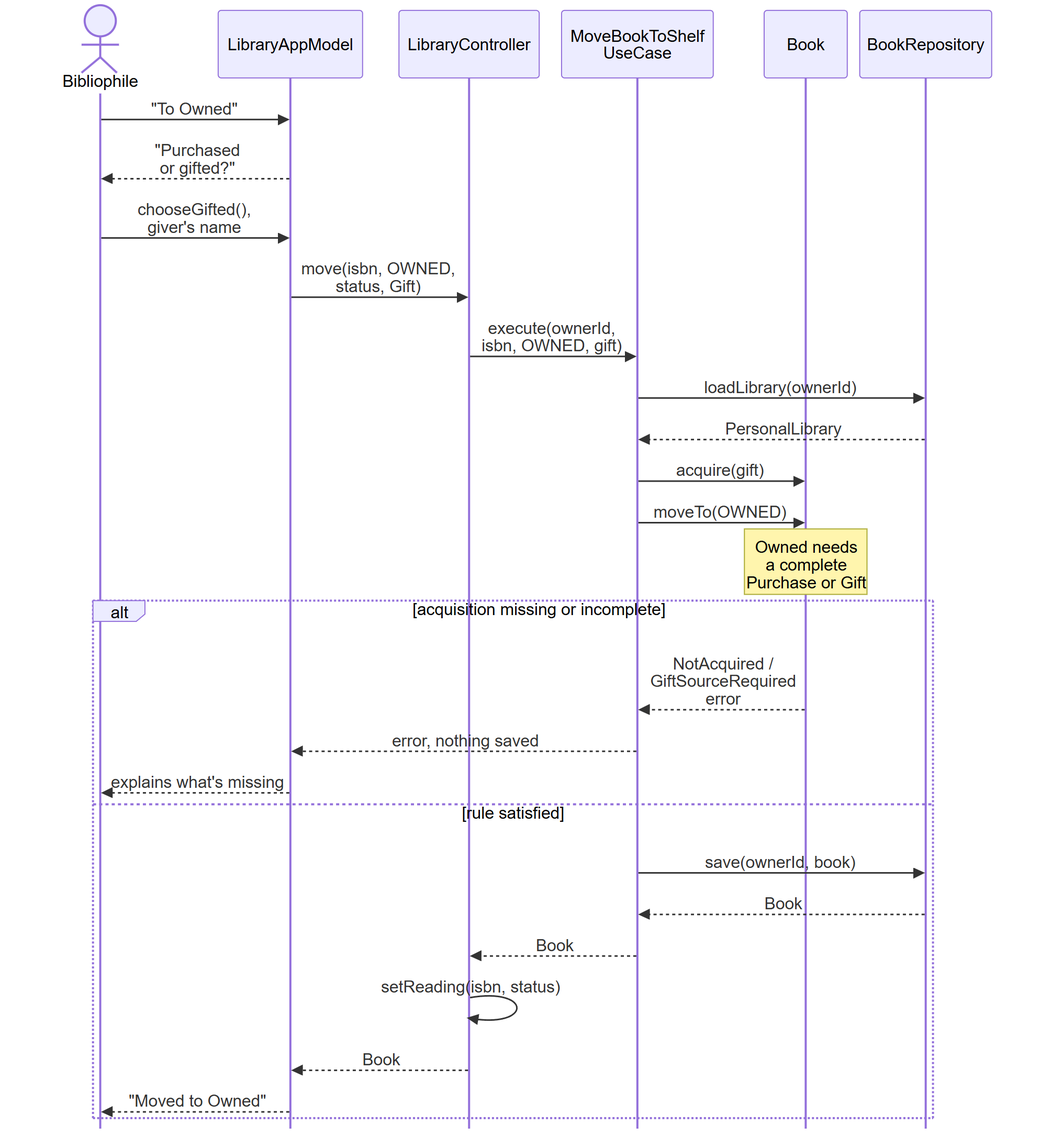
This is docs/design/figures/sequence-move.png from ghechavarria/cen5064-project-hechavarria, a Mermaid export, as it was before one commit. Its source is kept beside it as docs/design/diagrams/sequence-move.mmd.
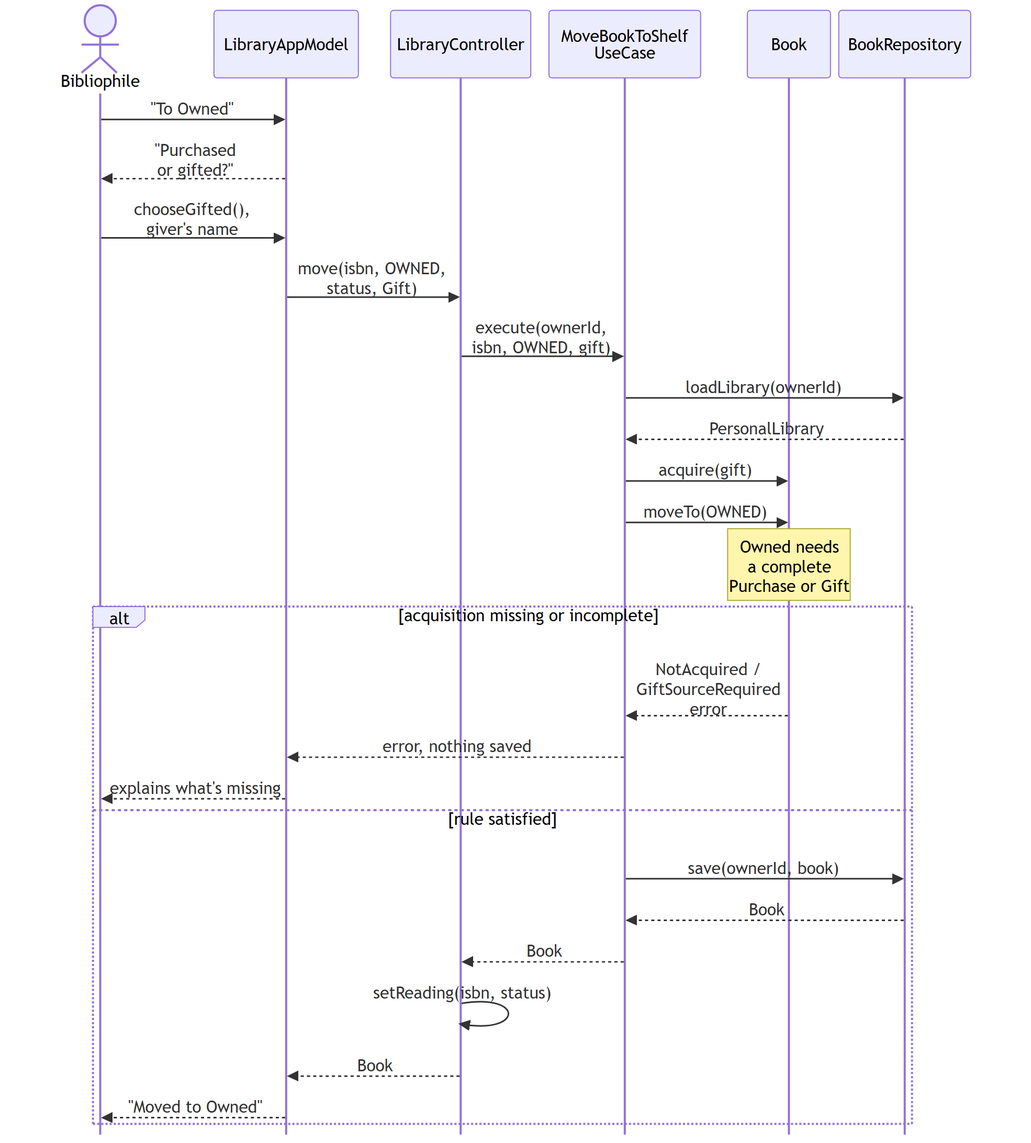
Later version of the same file.

What changed in the source:
```diff
@@ -1,4 +1,4 @@
-%%{init: {"sequence": {"mirrorActors": false, "messageMargin": 16, "actorMargin": 12, "boxMargin": 6, "noteMargin": 6, "width": 80}}}%%
+%%{init: {"sequence": {"mirrorActors": false, "messageMargin": 16, "actorMargin": 8, "boxMargin": 6, "noteMargin": 6, "width": 80}}}%%
 sequenceDiagram
     actor U as Bibliophile
     participant VM as LibraryAppModel
```
